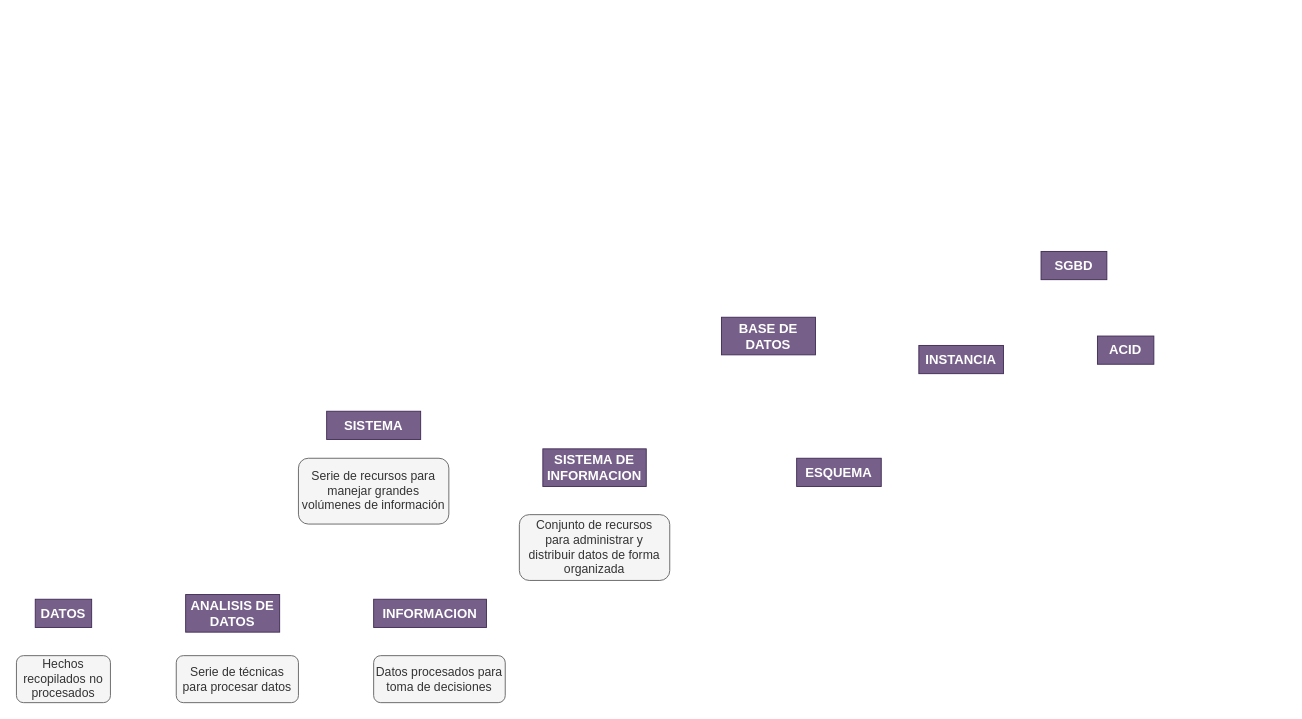
The draw.io diagram Mapa Mixto Taller BD.drawio in misiomishi/itcj, before the edit. Source tidied: cells renumbered, new cells numbered last; positions are measured from the earlier drawing's top-left corner, leaving out a move shared by most shapes. Both pictures are drawn from the tidied source at 94%, with x=0, y=0 at pixel (16, 251). Pictures stored in the file or linked from it are replaced by grey dashed boxes.
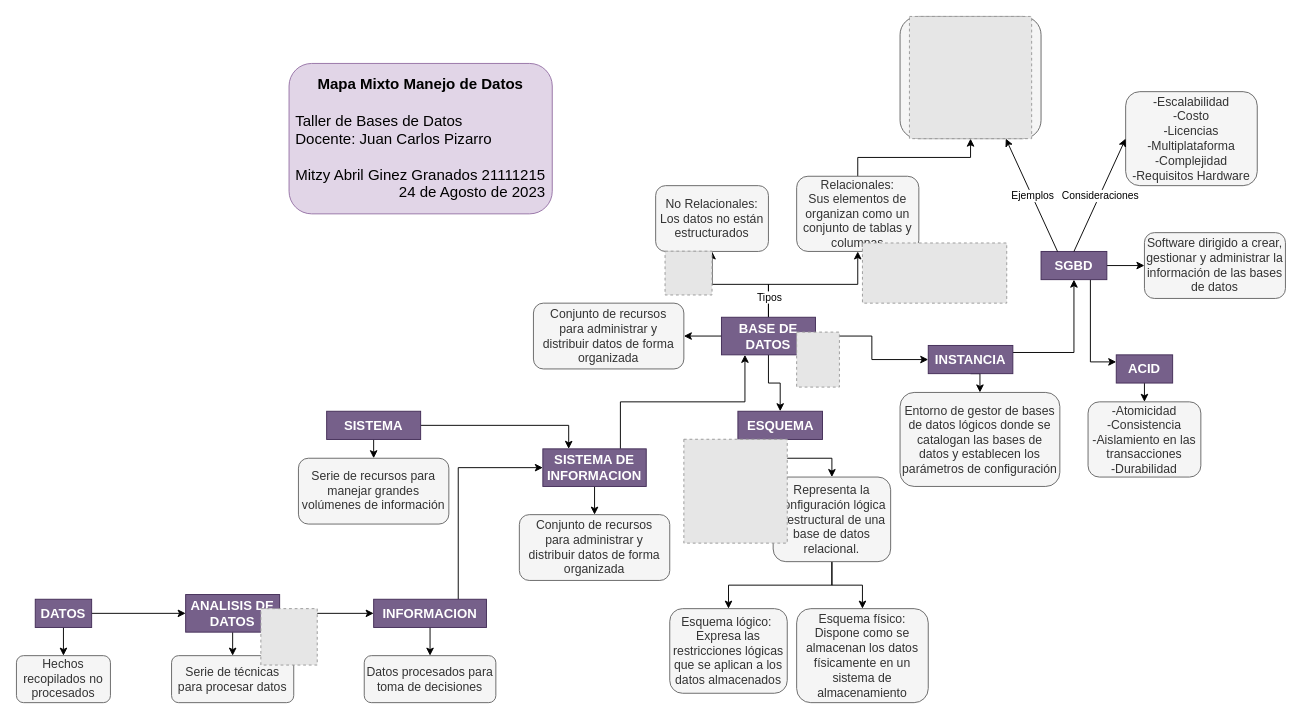
The same diagram, later.

The change refers to these unchanged cells:
```xml
<mxCell id="2" value="DATOS" style="rounded=0;whiteSpace=wrap;html=1;fillColor=#76608a;fontColor=#ffffff;strokeColor=#432D57;fontStyle=1;fontSize=14;" parent="1" vertex="1">
  <mxGeometry x="20" y="370" width="60" height="30" as="geometry" />
</mxCell>
<mxCell id="3" value="ANALISIS DE DATOS" style="rounded=0;whiteSpace=wrap;html=1;fillColor=#76608a;fontColor=#ffffff;strokeColor=#432D57;fontStyle=1;fontSize=14;" parent="1" vertex="1">
  <mxGeometry x="180" y="365" width="100" height="40" as="geometry" />
</mxCell>
<mxCell id="4" value="INFORMACION" style="rounded=0;whiteSpace=wrap;html=1;fillColor=#76608a;fontColor=#ffffff;strokeColor=#432D57;fontStyle=1;fontSize=14;" parent="1" vertex="1">
  <mxGeometry x="380" y="370" width="120" height="30" as="geometry" />
</mxCell>
<mxCell id="5" value="SISTEMA" style="rounded=0;whiteSpace=wrap;html=1;fillColor=#76608a;fontColor=#ffffff;strokeColor=#432D57;fontStyle=1;fontSize=14;" parent="1" vertex="1">
  <mxGeometry x="330" y="170" width="100" height="30" as="geometry" />
</mxCell>
<mxCell id="6" value="SISTEMA DE INFORMACION" style="rounded=0;whiteSpace=wrap;html=1;fillColor=#76608a;fontColor=#ffffff;strokeColor=#432D57;fontStyle=1;fontSize=14;" parent="1" vertex="1">
  <mxGeometry x="560" y="210" width="110" height="40" as="geometry" />
</mxCell>
<mxCell id="7" value="BASE DE DATOS" style="rounded=0;whiteSpace=wrap;html=1;fillColor=#76608a;fontColor=#ffffff;strokeColor=#432D57;fontStyle=1;fontSize=14;" parent="1" vertex="1">
  <mxGeometry x="750" y="70" width="100" height="40" as="geometry" />
</mxCell>
<mxCell id="9" value="SGBD" style="rounded=0;whiteSpace=wrap;html=1;fillColor=#76608a;fontColor=#ffffff;strokeColor=#432D57;fontStyle=1;fontSize=14;" parent="1" vertex="1">
  <mxGeometry x="1090" width="70" height="30" as="geometry" />
</mxCell>
<mxCell id="12" value="&lt;div style=&quot;font-size: 13px;&quot;&gt;Hechos&lt;/div&gt;&lt;div style=&quot;font-size: 13px;&quot;&gt;recopilados no&lt;/div&gt;&lt;div style=&quot;font-size: 13px;&quot;&gt;procesados&lt;/div&gt;" style="rounded=1;whiteSpace=wrap;html=1;fillColor=#f5f5f5;strokeColor=#666666;fontColor=#333333;fontSize=13;" parent="1" vertex="1">
  <mxGeometry y="430" width="100" height="50" as="geometry" />
</mxCell>
<mxCell id="15" value="&lt;div style=&quot;font-size: 13px;&quot;&gt;&lt;div&gt;Serie de recursos para&lt;/div&gt;&lt;div&gt;manejar grandes&lt;/div&gt;&lt;div&gt;volúmenes de información&lt;/div&gt;&lt;/div&gt;" style="rounded=1;whiteSpace=wrap;html=1;fillColor=#f5f5f5;strokeColor=#666666;fontColor=#333333;fontSize=13;" parent="1" vertex="1">
  <mxGeometry x="300" y="220" width="160" height="70" as="geometry" />
</mxCell>
<mxCell id="16" value="&lt;div style=&quot;&quot;&gt;&lt;div style=&quot;&quot;&gt;Conjunto de recursos&lt;/div&gt;&lt;div style=&quot;&quot;&gt;para administrar y&lt;/div&gt;&lt;div style=&quot;&quot;&gt;distribuir datos de forma&lt;/div&gt;&lt;div style=&quot;&quot;&gt;organizada&lt;/div&gt;&lt;/div&gt;" style="rounded=1;whiteSpace=wrap;html=1;fillColor=#f5f5f5;strokeColor=#666666;fontColor=#333333;fontSize=13;" parent="1" vertex="1">
  <mxGeometry x="535" y="280" width="160" height="70" as="geometry" />
</mxCell>
```

What changed in the source:
```diff
@@
+    <mxCell id="17" style="edgeStyle=orthogonalEdgeStyle;rounded=0;jettySize=auto;html=1;exitX=1;exitY=0.5;exitDx=0;exitDy=0;entryX=0;entryY=0.5;entryDx=0;entryDy=0;" parent="1" edge="1" source="2" target="3">
+      <mxGeometry relative="1" as="geometry" />
+    </mxCell>
+    <mxCell id="18" style="edgeStyle=orthogonalEdgeStyle;rounded=0;jettySize=auto;html=1;exitX=0.5;exitY=1;exitDx=0;exitDy=0;entryX=0.5;entryY=0;entryDx=0;entryDy=0;" parent="1" edge="1" source="2" target="12">
+      <mxGeometry relative="1" as="geometry" />
+    </mxCell>
@@
+    <mxCell id="19" style="edgeStyle=orthogonalEdgeStyle;rounded=0;jettySize=auto;html=1;exitX=1;exitY=0.5;exitDx=0;exitDy=0;entryX=0;entryY=0.5;entryDx=0;entryDy=0;" parent="1" edge="1" source="3" target="4">
+      <mxGeometry relative="1" as="geometry" />
+    </mxCell>
+    <mxCell id="20" style="edgeStyle=orthogonalEdgeStyle;rounded=0;jettySize=auto;html=1;exitX=0.5;exitY=1;exitDx=0;exitDy=0;entryX=0.5;entryY=0;entryDx=0;entryDy=0;" parent="1" edge="1" source="3" target="13">
+      <mxGeometry relative="1" as="geometry" />
+    </mxCell>
@@
+    <mxCell id="21" style="edgeStyle=orthogonalEdgeStyle;rounded=0;jettySize=auto;html=1;exitX=0.75;exitY=0;exitDx=0;exitDy=0;entryX=0;entryY=0.5;entryDx=0;entryDy=0;" parent="1" edge="1" source="4" target="6">
+      <mxGeometry relative="1" as="geometry" />
+    </mxCell>
+    <mxCell id="22" style="edgeStyle=orthogonalEdgeStyle;rounded=0;jettySize=auto;html=1;exitX=0.5;exitY=1;exitDx=0;exitDy=0;entryX=0.5;entryY=0;entryDx=0;entryDy=0;" parent="1" edge="1" source="4" target="14">
+      <mxGeometry relative="1" as="geometry" />
+    </mxCell>
@@
+    <mxCell id="23" style="edgeStyle=orthogonalEdgeStyle;rounded=0;jettySize=auto;html=1;exitX=1;exitY=0.5;exitDx=0;exitDy=0;entryX=0.25;entryY=0;entryDx=0;entryDy=0;" parent="1" edge="1" source="5" target="6">
+      <mxGeometry relative="1" as="geometry" />
+    </mxCell>
+    <mxCell id="24" style="edgeStyle=orthogonalEdgeStyle;rounded=0;jettySize=auto;html=1;exitX=0.5;exitY=1;exitDx=0;exitDy=0;entryX=0.5;entryY=0;entryDx=0;entryDy=0;" parent="1" edge="1" source="5" target="15">
+      <mxGeometry relative="1" as="geometry" />
+    </mxCell>
@@
+    <mxCell id="25" style="edgeStyle=orthogonalEdgeStyle;rounded=0;jettySize=auto;html=1;exitX=0.5;exitY=1;exitDx=0;exitDy=0;entryX=0.5;entryY=0;entryDx=0;entryDy=0;" parent="1" edge="1" source="6" target="16">
+      <mxGeometry relative="1" as="geometry" />
+    </mxCell>
+    <mxCell id="26" style="edgeStyle=orthogonalEdgeStyle;rounded=0;jettySize=auto;html=1;exitX=0.75;exitY=0;exitDx=0;exitDy=0;entryX=0.25;entryY=1;entryDx=0;entryDy=0;" parent="1" edge="1" source="6" target="7">
+      <mxGeometry relative="1" as="geometry" />
+    </mxCell>
@@
+    <mxCell id="27" style="edgeStyle=orthogonalEdgeStyle;rounded=0;jettySize=auto;html=1;exitX=0;exitY=0.5;exitDx=0;exitDy=0;entryX=1;entryY=0.5;entryDx=0;entryDy=0;" parent="1" edge="1" source="7" target="39">
+      <mxGeometry relative="1" as="geometry" />
+    </mxCell>
+    <mxCell id="28" style="edgeStyle=orthogonalEdgeStyle;rounded=0;jettySize=auto;html=1;exitX=0.5;exitY=1;exitDx=0;exitDy=0;entryX=0.5;entryY=0;entryDx=0;entryDy=0;" parent="1" edge="1" source="7" target="8">
+      <mxGeometry relative="1" as="geometry" />
+    </mxCell>
+    <mxCell id="29" style="edgeStyle=orthogonalEdgeStyle;rounded=0;jettySize=auto;html=1;exitX=1;exitY=0.5;exitDx=0;exitDy=0;entryX=0;entryY=0.5;entryDx=0;entryDy=0;" parent="1" edge="1" source="7" target="10">
+      <mxGeometry relative="1" as="geometry" />
+    </mxCell>
+    <mxCell id="30" style="edgeStyle=orthogonalEdgeStyle;rounded=0;jettySize=auto;html=1;exitX=0.5;exitY=0;exitDx=0;exitDy=0;entryX=0.5;entryY=1;entryDx=0;entryDy=0;" parent="1" edge="1" source="7" target="48">
+      <mxGeometry relative="1" as="geometry" />
+    </mxCell>
+    <mxCell id="31" style="edgeStyle=orthogonalEdgeStyle;rounded=0;jettySize=auto;html=1;exitX=0.5;exitY=0;exitDx=0;exitDy=0;entryX=0.5;entryY=1;entryDx=0;entryDy=0;" parent="1" edge="1" source="7" target="47">
+      <mxGeometry relative="1" as="geometry" />
+    </mxCell>
+    <mxCell id="32" value="Tipos" style="edgeLabel;html=1;align=center;verticalAlign=middle;" parent="31" vertex="1">
+      <mxGeometry x="-0.73" relative="1" as="geometry" />
+    </mxCell>
@@
+    <mxCell id="33" style="edgeStyle=orthogonalEdgeStyle;rounded=0;jettySize=auto;html=1;exitX=0.5;exitY=1;exitDx=0;exitDy=0;entryX=0.5;entryY=0;entryDx=0;entryDy=0;" parent="1" edge="1" source="8" target="44">
+      <mxGeometry relative="1" as="geometry" />
+    </mxCell>
     <mxCell id="8" value="ESQUEMA" style="rounded=0;whiteSpace=wrap;html=1;fillColor=#76608a;fontColor=#ffffff;strokeColor=#432D57;fontStyle=1;fontSize=14;" parent="1" vertex="1">
-      <mxGeometry x="830" y="220" width="90" height="30" as="geometry" />
+      <mxGeometry x="767.5" y="170" width="90" height="30" as="geometry" />
     </mxCell>
+    <mxCell id="34" style="edgeStyle=orthogonalEdgeStyle;rounded=0;jettySize=auto;html=1;exitX=0.75;exitY=1;exitDx=0;exitDy=0;entryX=0;entryY=0.25;entryDx=0;entryDy=0;" parent="1" edge="1" source="9" target="11">
+      <mxGeometry relative="1" as="geometry" />
+    </mxCell>
+    <mxCell id="35" style="edgeStyle=orthogonalEdgeStyle;rounded=0;jettySize=auto;html=1;exitX=1;exitY=0.5;exitDx=0;exitDy=0;entryX=0;entryY=0.5;entryDx=0;entryDy=0;" parent="1" edge="1" source="9" target="49">
+      <mxGeometry relative="1" as="geometry" />
+    </mxCell>
@@
+    <mxCell id="36" style="edgeStyle=orthogonalEdgeStyle;rounded=0;jettySize=auto;html=1;exitX=0.5;exitY=1;exitDx=0;exitDy=0;entryX=0.5;entryY=0;entryDx=0;entryDy=0;" parent="1" edge="1" source="10" target="45">
+      <mxGeometry relative="1" as="geometry" />
+    </mxCell>
+    <mxCell id="37" style="edgeStyle=orthogonalEdgeStyle;rounded=0;jettySize=auto;html=1;exitX=1;exitY=0.25;exitDx=0;exitDy=0;entryX=0.5;entryY=1;entryDx=0;entryDy=0;" parent="1" edge="1" source="10" target="9">
+      <mxGeometry relative="1" as="geometry" />
+    </mxCell>
     <mxCell id="10" value="INSTANCIA" style="rounded=0;whiteSpace=wrap;html=1;fillColor=#76608a;fontColor=#ffffff;strokeColor=#432D57;fontStyle=1;fontSize=14;" parent="1" vertex="1">
-      <mxGeometry x="960" y="100" width="90" height="30" as="geometry" />
+      <mxGeometry x="970" y="100" width="90" height="30" as="geometry" />
     </mxCell>
+    <mxCell id="38" style="edgeStyle=orthogonalEdgeStyle;rounded=0;jettySize=auto;html=1;exitX=0.5;exitY=1;exitDx=0;exitDy=0;entryX=0.5;entryY=0;entryDx=0;entryDy=0;" parent="1" edge="1" source="11" target="50">
+      <mxGeometry relative="1" as="geometry" />
+    </mxCell>
     <mxCell id="11" value="ACID" style="rounded=0;whiteSpace=wrap;html=1;fillColor=#76608a;fontColor=#ffffff;strokeColor=#432D57;fontStyle=1;fontSize=14;" parent="1" vertex="1">
-      <mxGeometry x="1150" y="90" width="60" height="30" as="geometry" />
+      <mxGeometry x="1170" y="110" width="60" height="30" as="geometry" />
     </mxCell>
@@
     <mxCell id="13" value="&lt;div style=&quot;font-size: 13px;&quot;&gt;Serie de técnicas para procesar datos&lt;/div&gt;" style="rounded=1;whiteSpace=wrap;html=1;fillColor=#f5f5f5;strokeColor=#666666;fontColor=#333333;fontSize=13;" parent="1" vertex="1">
-      <mxGeometry x="170" y="430" width="130" height="50" as="geometry" />
+      <mxGeometry x="165" y="430" width="130" height="50" as="geometry" />
     </mxCell>
     <mxCell id="14" value="&lt;div style=&quot;font-size: 13px;&quot;&gt;Datos procesados para toma de decisiones&lt;/div&gt;" style="rounded=1;whiteSpace=wrap;html=1;fillColor=#f5f5f5;strokeColor=#666666;fontColor=#333333;fontSize=13;" parent="1" vertex="1">
-      <mxGeometry x="380" y="430" width="140" height="50" as="geometry" />
+      <mxGeometry x="370" y="430" width="140" height="50" as="geometry" />
     </mxCell>
@@
+    <mxCell id="39" value="&lt;div style=&quot;&quot;&gt;&lt;div style=&quot;&quot;&gt;Conjunto de recursos&lt;/div&gt;&lt;div style=&quot;&quot;&gt;para administrar y&lt;/div&gt;&lt;div style=&quot;&quot;&gt;distribuir datos de forma&lt;/div&gt;&lt;div style=&quot;&quot;&gt;organizada&lt;/div&gt;&lt;/div&gt;" style="rounded=1;whiteSpace=wrap;html=1;fillColor=#f5f5f5;strokeColor=#666666;fontColor=#333333;fontSize=13;" parent="1" vertex="1">
+      <mxGeometry x="550" y="55" width="160" height="70" as="geometry" />
+    </mxCell>
+    <mxCell id="40" value="&lt;div style=&quot;&quot;&gt;&lt;div style=&quot;&quot;&gt;Esquema lógico:&amp;nbsp;&lt;/div&gt;&lt;div style=&quot;&quot;&gt;Expresa las restricciones lógicas que se aplican a los datos almacenados&lt;/div&gt;&lt;/div&gt;" style="rounded=1;whiteSpace=wrap;html=1;fillColor=#f5f5f5;strokeColor=#666666;fontColor=#333333;fontSize=13;" parent="1" vertex="1">
+      <mxGeometry x="695" y="380" width="125" height="90" as="geometry" />
+    </mxCell>
+    <mxCell id="41" value="&lt;div style=&quot;&quot;&gt;&lt;div style=&quot;&quot;&gt;Esquema físico:&lt;br&gt;&lt;/div&gt;&lt;div style=&quot;&quot;&gt;Dispone como se almacenan los datos físicamente en un sistema de almacenamiento&lt;/div&gt;&lt;/div&gt;" style="rounded=1;whiteSpace=wrap;html=1;fillColor=#f5f5f5;strokeColor=#666666;fontColor=#333333;fontSize=13;" parent="1" vertex="1">
+      <mxGeometry x="830" y="380" width="140" height="100" as="geometry" />
+    </mxCell>
+    <mxCell id="42" style="edgeStyle=orthogonalEdgeStyle;rounded=0;jettySize=auto;html=1;exitX=0.5;exitY=1;exitDx=0;exitDy=0;entryX=0.5;entryY=0;entryDx=0;entryDy=0;" parent="1" edge="1" source="44" target="40">
+      <mxGeometry relative="1" as="geometry" />
+    </mxCell>
+    <mxCell id="43" style="edgeStyle=orthogonalEdgeStyle;rounded=0;jettySize=auto;html=1;exitX=0.5;exitY=1;exitDx=0;exitDy=0;entryX=0.5;entryY=0;entryDx=0;entryDy=0;" parent="1" edge="1" source="44" target="41">
+      <mxGeometry relative="1" as="geometry" />
+    </mxCell>
+    <mxCell id="44" value="&lt;div style=&quot;&quot;&gt;&lt;div style=&quot;&quot;&gt;Representa la configuración lógica y estructural de una base de datos relacional.&lt;/div&gt;&lt;/div&gt;" style="rounded=1;whiteSpace=wrap;html=1;fillColor=#f5f5f5;strokeColor=#666666;fontColor=#333333;fontSize=13;" parent="1" vertex="1">
+      <mxGeometry x="805" y="240" width="125" height="90" as="geometry" />
+    </mxCell>
+    <mxCell id="45" value="&lt;div style=&quot;&quot;&gt;&lt;div style=&quot;&quot;&gt;Entorno de gestor de bases de datos lógicos donde se catalogan las bases de datos y establecen los parámetros de configuración&lt;/div&gt;&lt;/div&gt;" style="rounded=1;whiteSpace=wrap;html=1;fillColor=#f5f5f5;strokeColor=#666666;fontColor=#333333;fontSize=13;" parent="1" vertex="1">
+      <mxGeometry x="940" y="150" width="170" height="100" as="geometry" />
+    </mxCell>
+    <mxCell id="46" style="edgeStyle=orthogonalEdgeStyle;rounded=0;jettySize=auto;html=1;exitX=0.5;exitY=0;exitDx=0;exitDy=0;" parent="1" edge="1" source="47" target="54">
+      <mxGeometry relative="1" as="geometry" />
+    </mxCell>
+    <mxCell id="47" value="&lt;div style=&quot;&quot;&gt;&lt;div style=&quot;&quot;&gt;Relacionales:&lt;/div&gt;&lt;div style=&quot;&quot;&gt;&lt;div&gt;Sus elementos de&lt;/div&gt;&lt;div&gt;organizan como un&lt;/div&gt;&lt;div&gt;conjunto de tablas y&lt;/div&gt;&lt;div&gt;columnas&lt;/div&gt;&lt;/div&gt;&lt;/div&gt;" style="rounded=1;whiteSpace=wrap;html=1;fillColor=#f5f5f5;strokeColor=#666666;fontColor=#333333;fontSize=13;" parent="1" vertex="1">
+      <mxGeometry x="830" y="-80" width="130" height="80" as="geometry" />
+    </mxCell>
+    <mxCell id="48" value="&lt;div style=&quot;&quot;&gt;&lt;div style=&quot;&quot;&gt;No Relacionales:&lt;/div&gt;&lt;div style=&quot;&quot;&gt;Los datos no están estructurados&lt;/div&gt;&lt;/div&gt;" style="rounded=1;whiteSpace=wrap;html=1;fillColor=#f5f5f5;strokeColor=#666666;fontColor=#333333;fontSize=13;" parent="1" vertex="1">
+      <mxGeometry x="680" y="-70" width="120" height="70" as="geometry" />
+    </mxCell>
+    <mxCell id="49" value="&lt;div style=&quot;&quot;&gt;&lt;div style=&quot;&quot;&gt;Software dirigido a crear, gestionar y administrar la información de las bases de datos&lt;br&gt;&lt;/div&gt;&lt;/div&gt;" style="rounded=1;whiteSpace=wrap;html=1;fillColor=#f5f5f5;strokeColor=#666666;fontColor=#333333;fontSize=13;" parent="1" vertex="1">
+      <mxGeometry x="1200" y="-20" width="150" height="70" as="geometry" />
+    </mxCell>
+    <mxCell id="50" value="&lt;div style=&quot;&quot;&gt;&lt;div style=&quot;&quot;&gt;&lt;div&gt;-Atomicidad&lt;/div&gt;&lt;div&gt;-Consistencia&lt;/div&gt;&lt;div&gt;-Aislamiento en las&lt;/div&gt;&lt;div&gt;transacciones&lt;/div&gt;&lt;div&gt;-Durabilidad&lt;/div&gt;&lt;/div&gt;&lt;/div&gt;" style="rounded=1;whiteSpace=wrap;html=1;fillColor=#f5f5f5;strokeColor=#666666;fontColor=#333333;fontSize=13;" parent="1" vertex="1">
+      <mxGeometry x="1140" y="160" width="120" height="80" as="geometry" />
+    </mxCell>
+    <mxCell id="51" value="&lt;div style=&quot;&quot;&gt;&lt;div style=&quot;&quot;&gt;-Escalabilidad&lt;/div&gt;&lt;div style=&quot;&quot;&gt;-Costo&lt;/div&gt;&lt;div style=&quot;&quot;&gt;-Licencias&lt;/div&gt;&lt;div style=&quot;&quot;&gt;-Multiplataforma&lt;/div&gt;&lt;div style=&quot;&quot;&gt;-Complejidad&lt;/div&gt;&lt;div style=&quot;&quot;&gt;-Requisitos Hardware&lt;/div&gt;&lt;/div&gt;" style="rounded=1;whiteSpace=wrap;html=1;fillColor=#f5f5f5;strokeColor=#666666;fontColor=#333333;fontSize=13;" parent="1" vertex="1">
+      <mxGeometry x="1180" y="-170" width="140" height="100" as="geometry" />
+    </mxCell>
+    <mxCell id="52" style="endArrow=classic;html=1;rounded=0;exitX=0.5;exitY=0;exitDx=0;exitDy=0;entryX=0;entryY=0.5;entryDx=0;entryDy=0;" parent="1" edge="1" source="9" target="51">
+      <mxGeometry relative="1" as="geometry" />
+    </mxCell>
+    <mxCell id="53" value="Consideraciones" style="edgeLabel;html=1;align=center;verticalAlign=middle;" parent="52" vertex="1">
+      <mxGeometry relative="1" as="geometry" />
+    </mxCell>
+    <mxCell id="54" value="&lt;div style=&quot;&quot;&gt;&lt;div style=&quot;&quot;&gt;&lt;br&gt;&lt;/div&gt;&lt;/div&gt;" style="rounded=1;whiteSpace=wrap;html=1;fillColor=#f5f5f5;strokeColor=#666666;fontColor=#333333;fontSize=13;" parent="1" vertex="1">
+      <mxGeometry x="940" y="-250" width="150" height="130" as="geometry" />
+    </mxCell>
+    <mxCell id="55" style="endArrow=classic;html=1;rounded=0;exitX=0.25;exitY=0;exitDx=0;exitDy=0;entryX=0.75;entryY=1;entryDx=0;entryDy=0;" parent="1" edge="1" source="9" target="54">
+      <mxGeometry relative="1" as="geometry" />
+    </mxCell>
+    <mxCell id="56" value="Ejemplos" style="edgeLabel;html=1;align=center;verticalAlign=middle;" parent="55" vertex="1">
+      <mxGeometry relative="1" as="geometry" />
+    </mxCell>
+    <mxCell id="57" style="fillColor=#E6E6E6;strokeColor=#999999;dashed=1;verticalLabelPosition=bottom;labelBackgroundColor=default;verticalAlign=top;" parent="1" vertex="1">
+      <mxGeometry x="830" y="85.8" width="45.5" height="58.5" as="geometry" />
+    </mxCell>
+    <mxCell id="58" style="fillColor=#E6E6E6;strokeColor=#999999;dashed=1;verticalLabelPosition=bottom;labelBackgroundColor=default;verticalAlign=top;" parent="1" vertex="1">
+      <mxGeometry x="710" y="199.8" width="110" height="110.5" as="geometry" />
+    </mxCell>
+    <mxCell id="59" style="fillColor=#E6E6E6;strokeColor=#999999;dashed=1;verticalLabelPosition=bottom;labelBackgroundColor=default;verticalAlign=top;" parent="1" vertex="1">
+      <mxGeometry x="900" y="-9" width="153.5" height="64" as="geometry" />
+    </mxCell>
+    <mxCell id="60" style="fillColor=#E6E6E6;strokeColor=#999999;dashed=1;verticalLabelPosition=bottom;labelBackgroundColor=default;verticalAlign=top;" parent="1" vertex="1">
+      <mxGeometry x="690" y="-0.3" width="50" height="46.6" as="geometry" />
+    </mxCell>
+    <mxCell id="61" style="fillColor=#E6E6E6;strokeColor=#999999;dashed=1;verticalLabelPosition=bottom;labelBackgroundColor=default;verticalAlign=top;" parent="1" vertex="1">
+      <mxGeometry x="260" y="380" width="60" height="60" as="geometry" />
+    </mxCell>
+    <mxCell id="62" style="fillColor=#E6E6E6;strokeColor=#999999;dashed=1;verticalLabelPosition=bottom;labelBackgroundColor=default;verticalAlign=top;" parent="1" vertex="1">
+      <mxGeometry x="950" y="-250" width="130" height="130" as="geometry" />
+    </mxCell>
+    <mxCell id="63" value="&lt;div style=&quot;font-size: 16px;&quot;&gt;&lt;div style=&quot;font-size: 16px;&quot;&gt;&lt;b&gt;Mapa Mixto Manejo de Datos&lt;/b&gt;&lt;/div&gt;&lt;div style=&quot;font-size: 16px;&quot;&gt;&lt;br style=&quot;font-size: 16px;&quot;&gt;&lt;/div&gt;&lt;div style=&quot;text-align: left; font-size: 16px;&quot;&gt;Taller de Bases de Datos&amp;nbsp;&lt;/div&gt;&lt;div style=&quot;text-align: left; font-size: 16px;&quot;&gt;Docente: Juan Carlos Pizarro&lt;/div&gt;&lt;div style=&quot;font-size: 16px;&quot;&gt;&lt;br style=&quot;font-size: 16px;&quot;&gt;&lt;/div&gt;&lt;div style=&quot;font-size: 16px;&quot;&gt;Mitzy Abril Ginez Granados 21111215&lt;/div&gt;&lt;div style=&quot;text-align: right; font-size: 16px;&quot;&gt;24 de Agosto de 2023&lt;/div&gt;&lt;/div&gt;" style="rounded=1;whiteSpace=wrap;html=1;fillColor=#e1d5e7;strokeColor=#9673a6;fontSize=16;" parent="1" vertex="1">
+      <mxGeometry x="290" y="-200" width="280" height="160" as="geometry" />
+    </mxCell>
```
